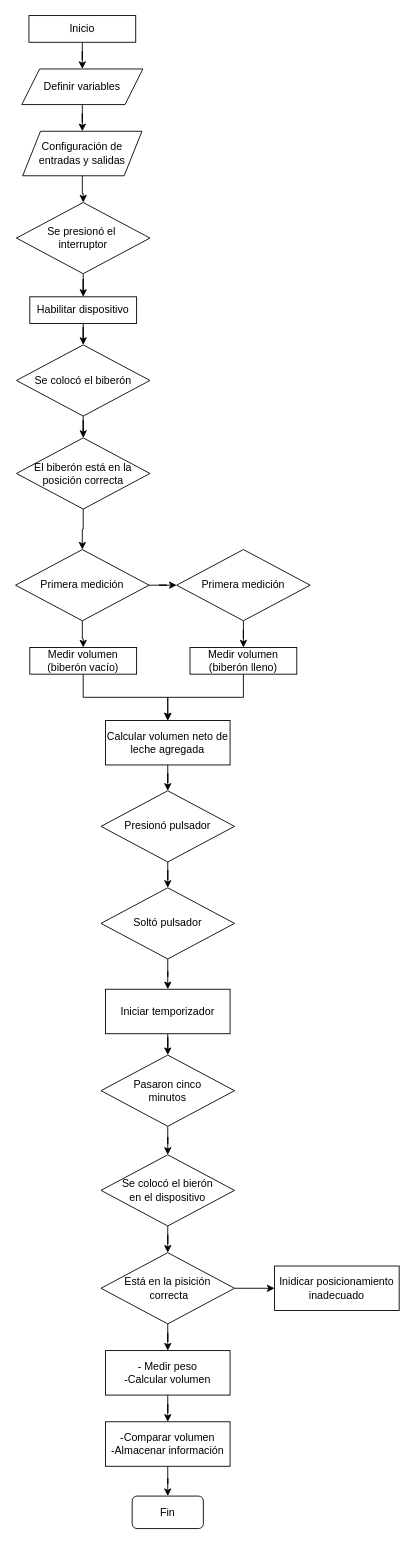
The draw.io diagram Diagrama sin título.drawio in AstridFH/Prueba_01, before the edit. Source tidied: cells renumbered, new cells numbered last; positions are measured from the earlier drawing's top-left corner, leaving out a move shared by most shapes. Both pictures are drawn from the tidied source at 89%, with x=0, y=0 at pixel (15, 15).
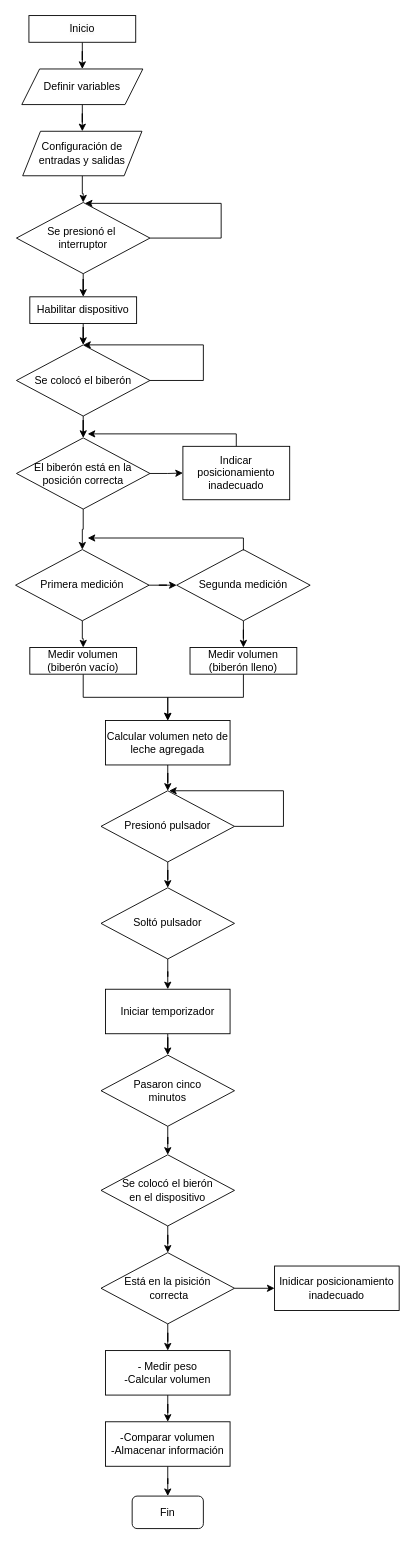
The same page after the edit.

The change refers to these unchanged cells:
```xml
<mxCell id="10" value="Se presionó el&amp;nbsp;&lt;div&gt;interruptor&lt;/div&gt;" style="rhombus;whiteSpace=wrap;html=1;" parent="1" vertex="1">
  <mxGeometry x="1" y="210" width="150" height="80" as="geometry" />
</mxCell>
<mxCell id="14" value="Se colocó el biberón" style="rhombus;whiteSpace=wrap;html=1;" parent="1" vertex="1">
  <mxGeometry x="1" y="370" width="150" height="80" as="geometry" />
</mxCell>
<mxCell id="16" value="El biberón está en la posición correcta" style="rhombus;whiteSpace=wrap;html=1;" parent="1" vertex="1">
  <mxGeometry x="1" y="474.5" width="150" height="80" as="geometry" />
</mxCell>
<mxCell id="29" value="Presionó pulsador" style="rhombus;whiteSpace=wrap;html=1;" parent="1" vertex="1">
  <mxGeometry x="96" y="871" width="150" height="80" as="geometry" />
</mxCell>
```

The edit, as a diff of the source:
```diff
@@
+    <mxCell id="47" style="edgeStyle=orthogonalEdgeStyle;rounded=0;orthogonalLoop=1;jettySize=auto;html=1;" parent="1" edge="1" source="10" target="10">
+      <mxGeometry relative="1" as="geometry">
+        <Array as="points">
+          <mxPoint x="231" y="250" />
+          <mxPoint x="231" y="211" />
+        </Array>
+      </mxGeometry>
+    </mxCell>
@@
+    <mxCell id="48" style="edgeStyle=orthogonalEdgeStyle;rounded=0;orthogonalLoop=1;jettySize=auto;html=1;" parent="1" edge="1" source="14" target="14">
+      <mxGeometry relative="1" as="geometry">
+        <Array as="points">
+          <mxPoint x="211" y="410" />
+          <mxPoint x="211" y="370" />
+        </Array>
+      </mxGeometry>
+    </mxCell>
@@
+    <mxCell id="49" style="edgeStyle=orthogonalEdgeStyle;rounded=0;jettySize=auto;html=1;" parent="1" edge="1" source="16" target="51">
+      <mxGeometry relative="1" as="geometry" />
+    </mxCell>
@@
-    <mxCell id="21" value="Primera medición" style="rhombus;whiteSpace=wrap;html=1;" parent="1" vertex="1">
+    <mxCell id="21" value="Segunda medición" style="rhombus;whiteSpace=wrap;html=1;" parent="1" vertex="1">
       <mxGeometry x="181" y="600" width="150" height="80" as="geometry" />
     </mxCell>
@@
+    <mxCell id="50" style="edgeStyle=orthogonalEdgeStyle;rounded=0;jettySize=auto;html=1;" parent="1" edge="1" source="51">
+      <mxGeometry relative="1" as="geometry">
+        <mxPoint x="81" y="470" as="targetPoint" />
+        <Array as="points">
+          <mxPoint x="248" y="470" />
+        </Array>
+      </mxGeometry>
+    </mxCell>
+    <mxCell id="51" value="Indicar posicionamiento inadecuado" style="rounded=0;whiteSpace=wrap;html=1;" parent="1" vertex="1">
+      <mxGeometry x="188" y="484" width="120" height="60" as="geometry" />
+    </mxCell>
+    <mxCell id="52" style="edgeStyle=orthogonalEdgeStyle;rounded=0;orthogonalLoop=1;jettySize=auto;html=1;" parent="1" edge="1">
+      <mxGeometry relative="1" as="geometry">
+        <mxPoint x="256" y="601" as="sourcePoint" />
+        <mxPoint x="81" y="587" as="targetPoint" />
+        <Array as="points">
+          <mxPoint x="256" y="587" />
+        </Array>
+      </mxGeometry>
+    </mxCell>
+    <mxCell id="53" style="edgeStyle=orthogonalEdgeStyle;rounded=0;jettySize=auto;html=1;exitX=1;exitY=0.5;exitDx=0;exitDy=0;" parent="1" edge="1" source="29">
+      <mxGeometry relative="1" as="geometry">
+        <mxPoint x="172.5" y="871" as="targetPoint" />
+        <Array as="points">
+          <mxPoint x="301" y="911" />
+          <mxPoint x="301" y="871" />
+        </Array>
+      </mxGeometry>
+    </mxCell>
```
